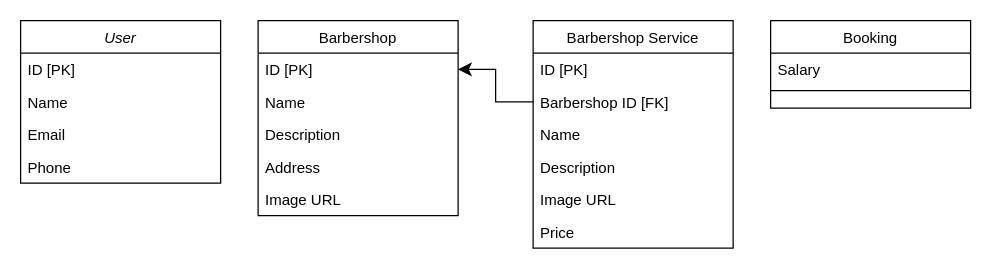
Earlier version of the draw.io diagram src/liftt-barber.drawio (RaimisonMorais/liftt-barber). Source tidied: cells renumbered, new cells numbered last; positions are measured from the earlier drawing's top-left corner, leaving out a move shared by most shapes. Both pictures are drawn from the tidied source at 125%, with x=0, y=0 at pixel (20, 20).
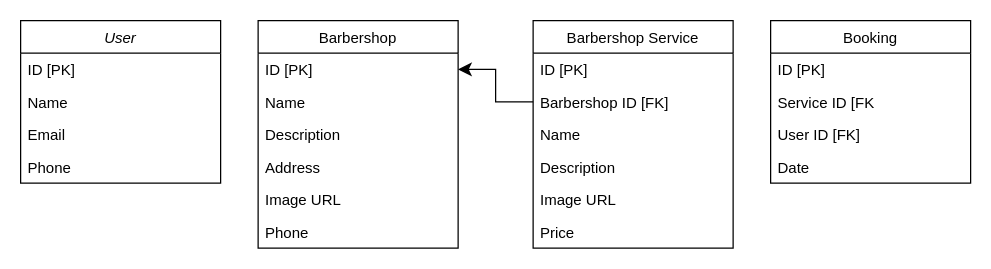
Above is the later version.

Change to the diagram source:
```diff
@@
     <mxCell id="7" value="Barbershop" style="swimlane;fontStyle=0;align=center;verticalAlign=top;horizontal=1;startSize=26;rounded=0;shadow=0;strokeWidth=1;" parent="1" vertex="1">
-      <mxGeometry x="190" width="160" height="156" as="geometry" />
+      <mxGeometry x="190" width="160" height="182" as="geometry" />
     </mxCell>
@@
+    <mxCell id="24" value="Phone" style="text;align=left;verticalAlign=top;spacingLeft=4;spacingRight=4;overflow=hidden;" parent="7" vertex="1">
+      <mxGeometry y="156" width="160" height="26" as="geometry" />
+    </mxCell>
     <mxCell id="13" value="Booking" style="swimlane;fontStyle=0;align=center;verticalAlign=top;horizontal=1;startSize=26;rounded=0;shadow=0;strokeWidth=1;" parent="1" vertex="1">
-      <mxGeometry x="600" width="160" height="70" as="geometry" />
+      <mxGeometry x="600" width="160" height="130" as="geometry" />
     </mxCell>
-    <mxCell id="14" value="Salary" style="text;align=left;verticalAlign=top;spacingLeft=4;spacingRight=4;overflow=hidden;" parent="13" vertex="1">
+    <mxCell id="14" value="ID [PK]" style="text;align=left;verticalAlign=top;spacingLeft=4;spacingRight=4;overflow=hidden;" parent="13" vertex="1">
       <mxGeometry y="26" width="160" height="26" as="geometry" />
     </mxCell>
-    <mxCell id="15" style="line;html=1;strokeWidth=1;align=left;verticalAlign=middle;spacingTop=-1;spacingLeft=3;spacingRight=3;labelPosition=right;" parent="13" vertex="1">
-      <mxGeometry y="52" width="160" height="8" as="geometry" />
-    </mxCell>
+    <mxCell id="25" value="Service ID [FK" style="text;align=left;verticalAlign=top;spacingLeft=4;spacingRight=4;overflow=hidden;" parent="13" vertex="1">
+      <mxGeometry y="52" width="160" height="26" as="geometry" />
+    </mxCell>
+    <mxCell id="26" value="User ID [FK]" style="text;align=left;verticalAlign=top;spacingLeft=4;spacingRight=4;overflow=hidden;" parent="13" vertex="1">
+      <mxGeometry y="78" width="160" height="26" as="geometry" />
+    </mxCell>
+    <mxCell id="27" value="Date" style="text;align=left;verticalAlign=top;spacingLeft=4;spacingRight=4;overflow=hidden;" parent="13" vertex="1">
+      <mxGeometry y="104" width="160" height="26" as="geometry" />
+    </mxCell>
```
